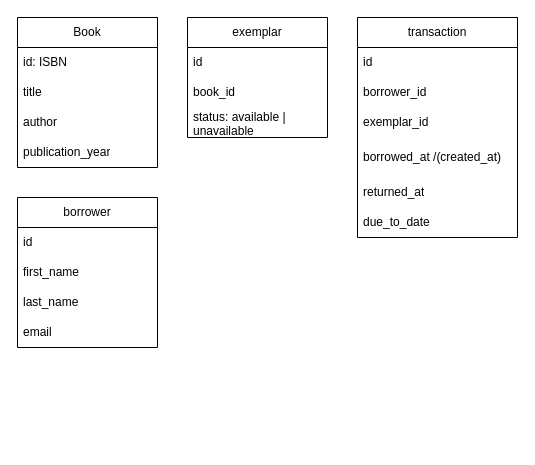
The draw.io diagram models.drawio in suprugafad/library-management-system, before the edit. Source tidied: cells renumbered, new cells numbered last; positions are measured from the earlier drawing's top-left corner, leaving out a move shared by most shapes. Both pictures are drawn from the tidied source at 100%, with x=0, y=0 at pixel (17, 17).
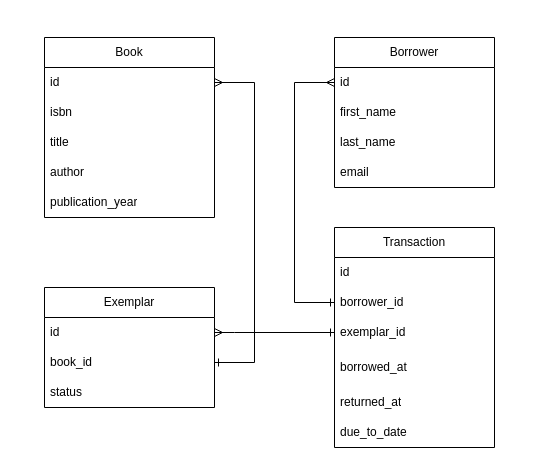
The same diagram, later.

Unchanged cells that the change refers to:
```xml
<mxCell id="18" value="borrower_id" style="text;strokeColor=none;fillColor=none;align=left;verticalAlign=middle;spacingLeft=4;spacingRight=4;overflow=hidden;points=[[0,0.5],[1,0.5]];portConstraint=eastwest;whiteSpace=wrap;html=1;" parent="16" vertex="1">
  <mxGeometry y="60" width="160" height="30" as="geometry" />
</mxCell>
<mxCell id="19" value="exemplar_id" style="text;strokeColor=none;fillColor=none;align=left;verticalAlign=middle;spacingLeft=4;spacingRight=4;overflow=hidden;points=[[0,0.5],[1,0.5]];portConstraint=eastwest;whiteSpace=wrap;html=1;" parent="16" vertex="1">
  <mxGeometry y="90" width="160" height="30" as="geometry" />
</mxCell>
```

Change to the diagram source:
```diff
@@
-    <mxCell id="2" value="borrower" style="swimlane;fontStyle=0;horizontal=1;startSize=30;whiteSpace=wrap;html=1;" parent="1" vertex="1">
-      <mxGeometry y="180" width="140" height="150" as="geometry" />
+    <mxCell id="2" value="Borrower" style="swimlane;fontStyle=0;horizontal=1;startSize=30;whiteSpace=wrap;html=1;" parent="1" vertex="1">
+      <mxGeometry x="317" y="20" width="160" height="150" as="geometry" />
     </mxCell>
     <mxCell id="3" value="id" style="text;strokeColor=none;fillColor=none;align=left;verticalAlign=middle;spacingLeft=4;spacingRight=4;overflow=hidden;points=[[0,0.5],[1,0.5]];portConstraint=eastwest;whiteSpace=wrap;html=1;" parent="2" vertex="1">
-      <mxGeometry y="30" width="140" height="30" as="geometry" />
+      <mxGeometry y="30" width="160" height="30" as="geometry" />
     </mxCell>
     <mxCell id="4" value="first_name" style="text;strokeColor=none;fillColor=none;align=left;verticalAlign=middle;spacingLeft=4;spacingRight=4;overflow=hidden;whiteSpace=wrap;html=1;" parent="2" vertex="1">
-      <mxGeometry y="60" width="140" height="30" as="geometry" />
+      <mxGeometry y="60" width="160" height="30" as="geometry" />
     </mxCell>
     <mxCell id="5" value="last_name" style="text;strokeColor=none;fillColor=none;align=left;verticalAlign=middle;spacingLeft=4;spacingRight=4;overflow=hidden;whiteSpace=wrap;html=1;" parent="2" vertex="1">
-      <mxGeometry y="90" width="140" height="30" as="geometry" />
+      <mxGeometry y="90" width="160" height="30" as="geometry" />
     </mxCell>
     <mxCell id="6" value="email" style="text;strokeColor=none;fillColor=none;align=left;verticalAlign=middle;spacingLeft=4;spacingRight=4;overflow=hidden;whiteSpace=wrap;html=1;" parent="2" vertex="1">
-      <mxGeometry y="120" width="140" height="30" as="geometry" />
+      <mxGeometry y="120" width="160" height="30" as="geometry" />
     </mxCell>
     <mxCell id="7" value="Book" style="swimlane;fontStyle=0;horizontal=1;startSize=30;whiteSpace=wrap;html=1;" parent="1" vertex="1">
-      <mxGeometry width="140" height="150" as="geometry" />
+      <mxGeometry x="27" y="20" width="170" height="180" as="geometry" />
     </mxCell>
-    <mxCell id="8" value="id: ISBN" style="text;strokeColor=none;fillColor=none;align=left;verticalAlign=middle;spacingLeft=4;spacingRight=4;overflow=hidden;points=[[0,0.5],[1,0.5]];portConstraint=eastwest;whiteSpace=wrap;html=1;" parent="7" vertex="1">
-      <mxGeometry y="30" width="140" height="30" as="geometry" />
+    <mxCell id="8" value="id" style="text;strokeColor=none;fillColor=none;align=left;verticalAlign=middle;spacingLeft=4;spacingRight=4;overflow=hidden;points=[[0,0.5],[1,0.5]];portConstraint=eastwest;whiteSpace=wrap;html=1;" parent="7" vertex="1">
+      <mxGeometry y="30" width="170" height="30" as="geometry" />
     </mxCell>
+    <mxCell id="23" value="isbn" style="text;strokeColor=none;fillColor=none;align=left;verticalAlign=middle;spacingLeft=4;spacingRight=4;overflow=hidden;whiteSpace=wrap;html=1;" parent="7" vertex="1">
+      <mxGeometry y="60" width="170" height="30" as="geometry" />
+    </mxCell>
     <mxCell id="9" value="title" style="text;strokeColor=none;fillColor=none;align=left;verticalAlign=middle;spacingLeft=4;spacingRight=4;overflow=hidden;whiteSpace=wrap;html=1;" parent="7" vertex="1">
-      <mxGeometry y="60" width="140" height="30" as="geometry" />
+      <mxGeometry y="90" width="170" height="30" as="geometry" />
     </mxCell>
     <mxCell id="10" value="author" style="text;strokeColor=none;fillColor=none;align=left;verticalAlign=middle;spacingLeft=4;spacingRight=4;overflow=hidden;whiteSpace=wrap;html=1;" parent="7" vertex="1">
-      <mxGeometry y="90" width="140" height="30" as="geometry" />
+      <mxGeometry y="120" width="170" height="30" as="geometry" />
     </mxCell>
     <mxCell id="11" value="publication_year" style="text;strokeColor=none;fillColor=none;align=left;verticalAlign=middle;spacingLeft=4;spacingRight=4;overflow=hidden;whiteSpace=wrap;html=1;" parent="7" vertex="1">
-      <mxGeometry y="120" width="140" height="30" as="geometry" />
+      <mxGeometry y="150" width="170" height="30" as="geometry" />
     </mxCell>
-    <mxCell id="12" value="exemplar" style="swimlane;fontStyle=0;horizontal=1;startSize=30;whiteSpace=wrap;html=1;" parent="1" vertex="1">
-      <mxGeometry x="170" width="140" height="120" as="geometry" />
+    <mxCell id="12" value="Exemplar" style="swimlane;fontStyle=0;horizontal=1;startSize=30;whiteSpace=wrap;html=1;" parent="1" vertex="1">
+      <mxGeometry x="27" y="270" width="170" height="120" as="geometry" />
     </mxCell>
     <mxCell id="13" value="id" style="text;strokeColor=none;fillColor=none;align=left;verticalAlign=middle;spacingLeft=4;spacingRight=4;overflow=hidden;points=[[0,0.5],[1,0.5]];portConstraint=eastwest;whiteSpace=wrap;html=1;" parent="12" vertex="1">
-      <mxGeometry y="30" width="140" height="30" as="geometry" />
+      <mxGeometry y="30" width="170" height="30" as="geometry" />
     </mxCell>
     <mxCell id="14" value="book_id" style="text;strokeColor=none;fillColor=none;align=left;verticalAlign=middle;spacingLeft=4;spacingRight=4;overflow=hidden;points=[[0,0.5],[1,0.5]];portConstraint=eastwest;whiteSpace=wrap;html=1;" parent="12" vertex="1">
-      <mxGeometry y="60" width="140" height="30" as="geometry" />
+      <mxGeometry y="60" width="170" height="30" as="geometry" />
     </mxCell>
-    <mxCell id="15" value="status: available | unavailable" style="text;strokeColor=none;fillColor=none;align=left;verticalAlign=middle;spacingLeft=4;spacingRight=4;overflow=hidden;whiteSpace=wrap;html=1;" parent="12" vertex="1">
-      <mxGeometry y="90" width="140" height="30" as="geometry" />
+    <mxCell id="15" value="status" style="text;strokeColor=none;fillColor=none;align=left;verticalAlign=middle;spacingLeft=4;spacingRight=4;overflow=hidden;whiteSpace=wrap;html=1;" parent="12" vertex="1">
+      <mxGeometry y="90" width="170" height="30" as="geometry" />
     </mxCell>
-    <mxCell id="16" value="transaction" style="swimlane;fontStyle=0;horizontal=1;startSize=30;whiteSpace=wrap;html=1;" parent="1" vertex="1">
-      <mxGeometry x="340" width="160" height="220" as="geometry" />
+    <mxCell id="16" value="Transaction" style="swimlane;fontStyle=0;horizontal=1;startSize=30;whiteSpace=wrap;html=1;" parent="1" vertex="1">
+      <mxGeometry x="317" y="210" width="160" height="220" as="geometry" />
     </mxCell>
@@
-    <mxCell id="20" value="borrowed_at /(created_at)" style="text;strokeColor=none;fillColor=none;align=left;verticalAlign=middle;spacingLeft=4;spacingRight=4;overflow=hidden;whiteSpace=wrap;html=1;" parent="16" vertex="1">
+    <mxCell id="20" value="borrowed_at" style="text;strokeColor=none;fillColor=none;align=left;verticalAlign=middle;spacingLeft=4;spacingRight=4;overflow=hidden;whiteSpace=wrap;html=1;" parent="16" vertex="1">
       <mxGeometry y="120" width="160" height="40" as="geometry" />
     </mxCell>
@@
+    <mxCell id="24" style="edgeStyle=orthogonalEdgeStyle;rounded=0;jettySize=auto;html=1;exitX=0;exitY=0.5;exitDx=0;exitDy=0;entryX=0;entryY=0.5;entryDx=0;entryDy=0;endArrow=ERmany;endFill=0;startArrow=ERone;startFill=0;" parent="1" edge="1" source="18" target="3">
+      <mxGeometry relative="1" as="geometry">
+        <Array as="points">
+          <mxPoint x="277" y="285" />
+          <mxPoint x="277" y="65" />
+        </Array>
+      </mxGeometry>
+    </mxCell>
+    <mxCell id="25" style="edgeStyle=orthogonalEdgeStyle;rounded=0;jettySize=auto;html=1;exitX=1;exitY=0.5;exitDx=0;exitDy=0;entryX=1;entryY=0.5;entryDx=0;entryDy=0;endArrow=ERmany;endFill=0;startArrow=ERone;startFill=0;" parent="1" edge="1" source="14" target="8">
+      <mxGeometry relative="1" as="geometry">
+        <Array as="points">
+          <mxPoint x="237" y="345" />
+          <mxPoint x="237" y="65" />
+        </Array>
+      </mxGeometry>
+    </mxCell>
+    <mxCell id="26" style="edgeStyle=orthogonalEdgeStyle;rounded=0;jettySize=auto;html=1;exitX=0;exitY=0.5;exitDx=0;exitDy=0;entryX=1;entryY=0.5;entryDx=0;entryDy=0;endArrow=ERmany;endFill=0;startArrow=ERone;startFill=0;" parent="1" edge="1" source="19" target="13">
+      <mxGeometry relative="1" as="geometry">
+        <Array as="points">
+          <mxPoint x="217" y="315" />
+          <mxPoint x="217" y="315" />
+        </Array>
+      </mxGeometry>
+    </mxCell>
```
